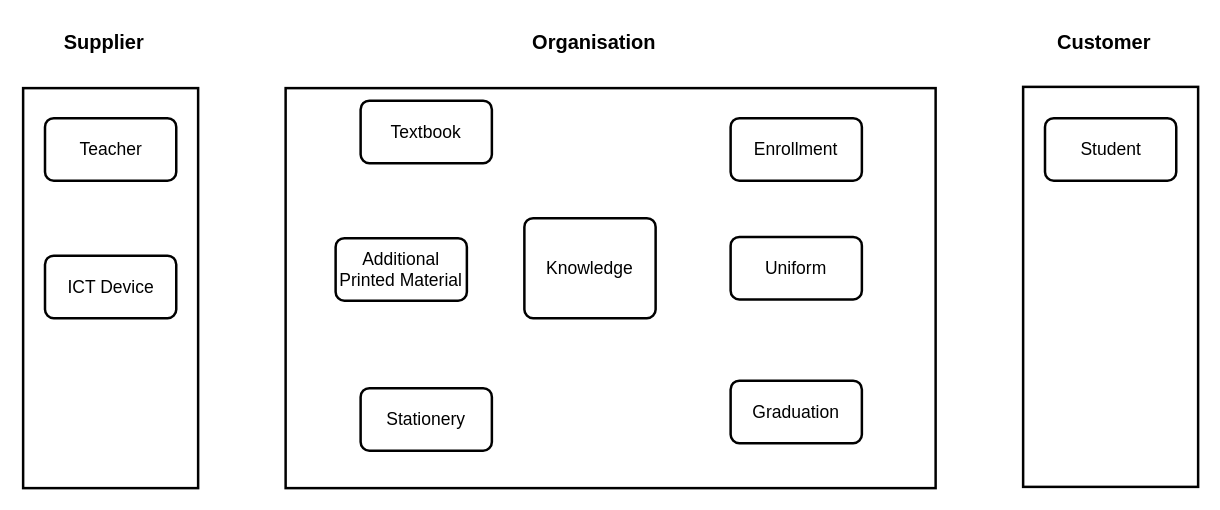
The draw.io diagram page "Relationship_Map" (1 of 3) of All_Maps_A1.drawio in SRMITGit/diagrams, before the edit. Source tidied: cells renumbered, new cells numbered last; positions are measured from the earlier drawing's top-left corner, leaving out a move shared by most shapes. Both pictures are drawn from the tidied source at 125%, with x=0, y=0 at pixel (22, 21).
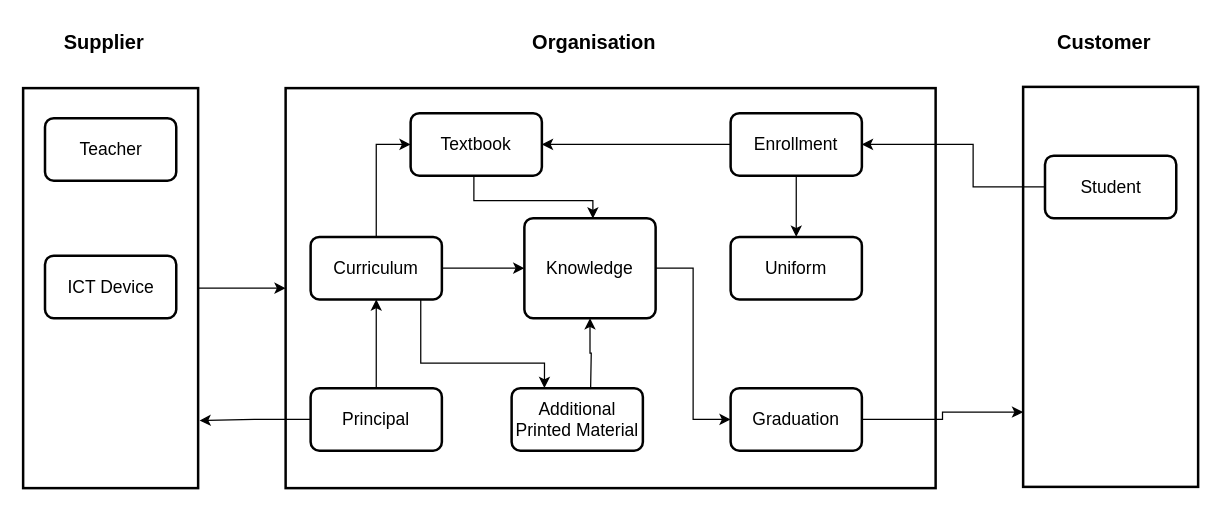
Above is the later version.

Commit message (it also covers changes not shown here):
adding changes to relationship map

Unchanged cells that the change refers to:
```xml
<mxCell id="2" style="rounded=0;whiteSpace=wrap;html=1;glass=0;strokeWidth=2;" parent="1" vertex="1">
  <mxGeometry x="800" y="52" width="140" height="320" as="geometry" />
</mxCell>
<mxCell id="3" style="rounded=0;whiteSpace=wrap;html=1;glass=0;strokeWidth=2;" parent="1" vertex="1">
  <mxGeometry y="53" width="140" height="320" as="geometry" />
</mxCell>
<mxCell id="7" style="rounded=0;whiteSpace=wrap;html=1;glass=0;strokeWidth=2;" parent="1" vertex="1">
  <mxGeometry x="210" y="53" width="520" height="320" as="geometry" />
</mxCell>
<mxCell id="13" value="&lt;font style=&quot;font-size: 14px&quot;&gt;Knowledge&lt;/font&gt;" style="rounded=1;whiteSpace=wrap;html=1;absoluteArcSize=1;arcSize=14;strokeWidth=2;" parent="1" vertex="1">
  <mxGeometry x="401" y="157" width="105" height="80" as="geometry" />
</mxCell>
<mxCell id="14" value="&lt;font style=&quot;font-size: 14px&quot;&gt;Uniform&lt;/font&gt;" style="rounded=1;whiteSpace=wrap;html=1;absoluteArcSize=1;arcSize=14;strokeWidth=2;" parent="1" vertex="1">
  <mxGeometry x="566" y="172" width="105" height="50" as="geometry" />
</mxCell>
```

Diff of the diagram source:
```diff
@@
+    <mxCell id="18" style="edgeStyle=orthogonalEdgeStyle;rounded=0;jettySize=auto;html=1;entryX=0;entryY=0.5;entryDx=0;entryDy=0;fontSize=14;" parent="1" edge="1" source="3" target="7">
+      <mxGeometry relative="1" as="geometry" />
+    </mxCell>
@@
+    <mxCell id="19" style="edgeStyle=orthogonalEdgeStyle;rounded=0;jettySize=auto;html=1;entryX=0.522;entryY=0.005;entryDx=0;entryDy=0;entryPerimeter=0;fontSize=14;exitX=0.482;exitY=1.017;exitDx=0;exitDy=0;exitPerimeter=0;" parent="1" edge="1" source="8" target="13">
+      <mxGeometry relative="1" as="geometry">
+        <Array as="points">
+          <mxPoint x="361" y="143" />
+          <mxPoint x="456" y="143" />
+        </Array>
+      </mxGeometry>
+    </mxCell>
     <mxCell id="8" value="&lt;font style=&quot;font-size: 14px&quot;&gt;Textbook&lt;/font&gt;" style="rounded=1;whiteSpace=wrap;html=1;absoluteArcSize=1;arcSize=14;strokeWidth=2;" parent="1" vertex="1">
-      <mxGeometry x="270" y="63" width="105" height="50" as="geometry" />
+      <mxGeometry x="310" y="73" width="105" height="50" as="geometry" />
     </mxCell>
@@
+    <mxCell id="20" style="edgeStyle=orthogonalEdgeStyle;rounded=0;jettySize=auto;html=1;fontFamily=Helvetica;fontSize=14;" parent="1" edge="1" target="13">
+      <mxGeometry relative="1" as="geometry">
+        <mxPoint x="454" y="293" as="sourcePoint" />
+      </mxGeometry>
+    </mxCell>
     <mxCell id="10" value="&lt;span style=&quot;font-size: 14px&quot;&gt;Additional Printed Material&lt;/span&gt;" style="rounded=1;whiteSpace=wrap;html=1;absoluteArcSize=1;arcSize=14;strokeWidth=2;" parent="1" vertex="1">
-      <mxGeometry x="250" y="173" width="105" height="50" as="geometry" />
+      <mxGeometry x="390.8" y="293" width="105" height="50" as="geometry" />
     </mxCell>
+    <mxCell id="21" style="edgeStyle=orthogonalEdgeStyle;rounded=0;jettySize=auto;html=1;entryX=0.5;entryY=0;entryDx=0;entryDy=0;fontSize=14;" parent="1" edge="1" source="11" target="14">
+      <mxGeometry relative="1" as="geometry" />
+    </mxCell>
+    <mxCell id="22" style="edgeStyle=orthogonalEdgeStyle;rounded=0;jettySize=auto;html=1;entryX=1;entryY=0.5;entryDx=0;entryDy=0;fontSize=14;" parent="1" edge="1" source="11" target="8">
+      <mxGeometry relative="1" as="geometry" />
+    </mxCell>
     <mxCell id="11" value="&lt;font style=&quot;font-size: 14px&quot;&gt;Enrollment&lt;/font&gt;" style="rounded=1;whiteSpace=wrap;html=1;absoluteArcSize=1;arcSize=14;strokeWidth=2;" parent="1" vertex="1">
-      <mxGeometry x="566" y="77" width="105" height="50" as="geometry" />
+      <mxGeometry x="566" y="73" width="105" height="50" as="geometry" />
     </mxCell>
+    <mxCell id="23" style="edgeStyle=orthogonalEdgeStyle;rounded=0;jettySize=auto;html=1;entryX=0;entryY=0.813;entryDx=0;entryDy=0;entryPerimeter=0;fontSize=14;" parent="1" edge="1" source="12" target="2">
+      <mxGeometry relative="1" as="geometry" />
+    </mxCell>
     <mxCell id="12" value="&lt;font style=&quot;font-size: 14px&quot;&gt;Graduation&lt;/font&gt;" style="rounded=1;whiteSpace=wrap;html=1;absoluteArcSize=1;arcSize=14;strokeWidth=2;" parent="1" vertex="1">
-      <mxGeometry x="566" y="287" width="105" height="50" as="geometry" />
+      <mxGeometry x="566" y="293" width="105" height="50" as="geometry" />
     </mxCell>
+    <mxCell id="24" style="edgeStyle=orthogonalEdgeStyle;rounded=0;jettySize=auto;html=1;entryX=0;entryY=0.5;entryDx=0;entryDy=0;fontSize=14;exitX=1;exitY=0.5;exitDx=0;exitDy=0;" parent="1" edge="1" source="13" target="12">
+      <mxGeometry relative="1" as="geometry" />
+    </mxCell>
@@
+    <mxCell id="25" style="edgeStyle=orthogonalEdgeStyle;rounded=0;jettySize=auto;html=1;entryX=1;entryY=0.5;entryDx=0;entryDy=0;fontSize=14;" parent="1" edge="1" source="15" target="11">
+      <mxGeometry relative="1" as="geometry">
+        <Array as="points">
+          <mxPoint x="760" y="132" />
+          <mxPoint x="760" y="98" />
+        </Array>
+      </mxGeometry>
+    </mxCell>
     <mxCell id="15" value="&lt;font style=&quot;font-size: 14px&quot;&gt;Student&lt;/font&gt;" style="rounded=1;whiteSpace=wrap;html=1;absoluteArcSize=1;arcSize=14;strokeWidth=2;" parent="1" vertex="1">
-      <mxGeometry x="817.5" y="77" width="105" height="50" as="geometry" />
+      <mxGeometry x="817.5" y="107" width="105" height="50" as="geometry" />
     </mxCell>
@@
+    <mxCell id="26" style="edgeStyle=orthogonalEdgeStyle;rounded=0;jettySize=auto;html=1;fontSize=14;" parent="1" edge="1" source="17" target="13">
+      <mxGeometry relative="1" as="geometry" />
+    </mxCell>
+    <mxCell id="27" style="edgeStyle=orthogonalEdgeStyle;rounded=0;jettySize=auto;html=1;entryX=0;entryY=0.5;entryDx=0;entryDy=0;fontFamily=Helvetica;fontSize=14;" parent="1" edge="1" source="17" target="8">
+      <mxGeometry relative="1" as="geometry" />
+    </mxCell>
+    <mxCell id="28" style="edgeStyle=orthogonalEdgeStyle;rounded=0;jettySize=auto;html=1;entryX=0.25;entryY=0;entryDx=0;entryDy=0;fontFamily=Helvetica;fontSize=14;exitX=0.839;exitY=0.989;exitDx=0;exitDy=0;exitPerimeter=0;" parent="1" edge="1" source="17" target="10">
+      <mxGeometry relative="1" as="geometry">
+        <Array as="points">
+          <mxPoint x="318" y="273" />
+          <mxPoint x="417" y="273" />
+        </Array>
+      </mxGeometry>
+    </mxCell>
-    <mxCell id="17" value="&lt;font style=&quot;font-size: 14px&quot;&gt;Stationery&lt;/font&gt;" style="rounded=1;whiteSpace=wrap;html=1;absoluteArcSize=1;arcSize=14;strokeWidth=2;" parent="1" vertex="1">
-      <mxGeometry x="270" y="293" width="105" height="50" as="geometry" />
+    <mxCell id="17" value="&lt;span style=&quot;background-color: rgb(255 , 255 , 255)&quot;&gt;&lt;font style=&quot;font-size: 14px&quot;&gt;Curriculum&lt;/font&gt;&lt;/span&gt;" style="rounded=1;whiteSpace=wrap;html=1;absoluteArcSize=1;arcSize=14;strokeWidth=2;" parent="1" vertex="1">
+      <mxGeometry x="230" y="172" width="105" height="50" as="geometry" />
     </mxCell>
+    <mxCell id="29" style="edgeStyle=orthogonalEdgeStyle;rounded=0;jettySize=auto;html=1;entryX=1.008;entryY=0.831;entryDx=0;entryDy=0;entryPerimeter=0;fontSize=14;" parent="1" edge="1" source="31" target="3">
+      <mxGeometry relative="1" as="geometry" />
+    </mxCell>
+    <mxCell id="30" style="edgeStyle=orthogonalEdgeStyle;rounded=0;jettySize=auto;html=1;fontFamily=Helvetica;fontSize=14;" parent="1" edge="1" source="31" target="17">
+      <mxGeometry relative="1" as="geometry" />
+    </mxCell>
+    <mxCell id="31" value="&lt;font style=&quot;font-size: 14px&quot;&gt;Principal&lt;/font&gt;" style="rounded=1;whiteSpace=wrap;html=1;absoluteArcSize=1;arcSize=14;strokeWidth=2;" parent="1" vertex="1">
+      <mxGeometry x="230" y="293" width="105" height="50" as="geometry" />
+    </mxCell>
```
